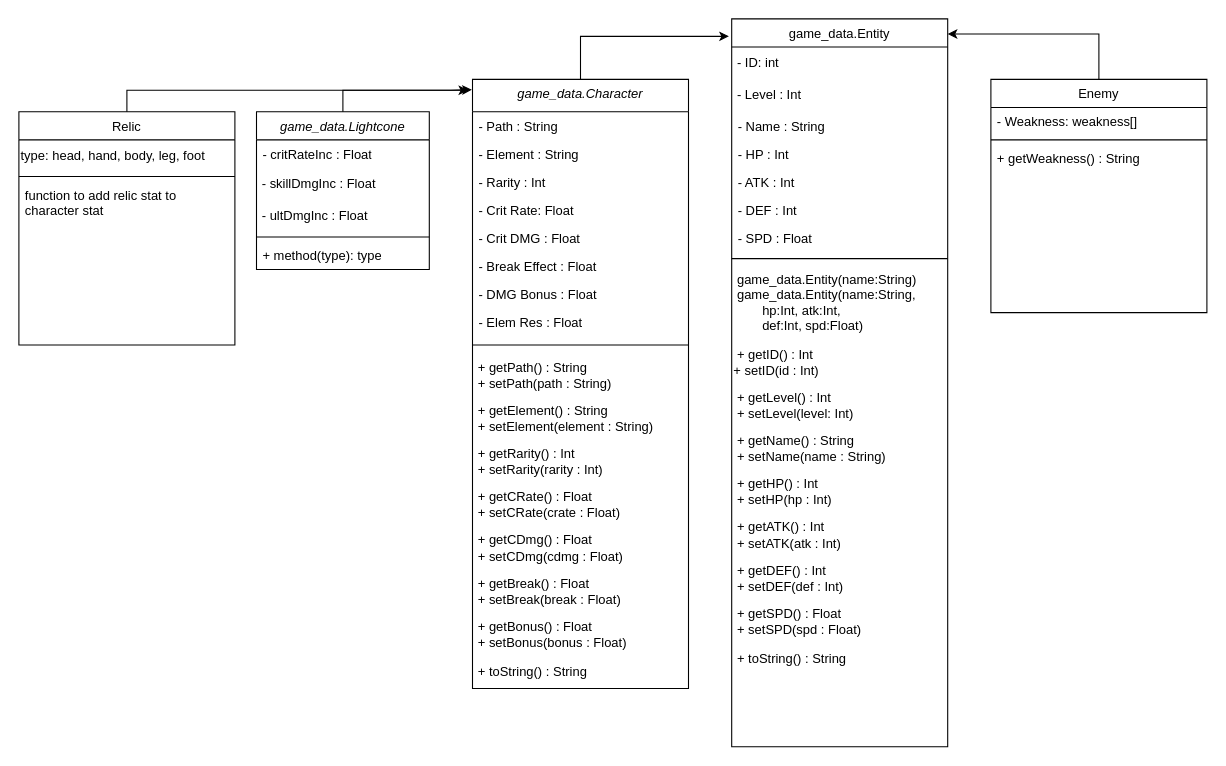
The draw.io diagram HSR UML.drawio in YourfriendTutu/HSR_Dmg_Calc, before the edit. Source tidied: cells renumbered, new cells numbered last; positions are measured from the earlier drawing's top-left corner, leaving out a move shared by most shapes. Both pictures are drawn from the tidied source at 108%, with x=0, y=0 at pixel (18, 18).
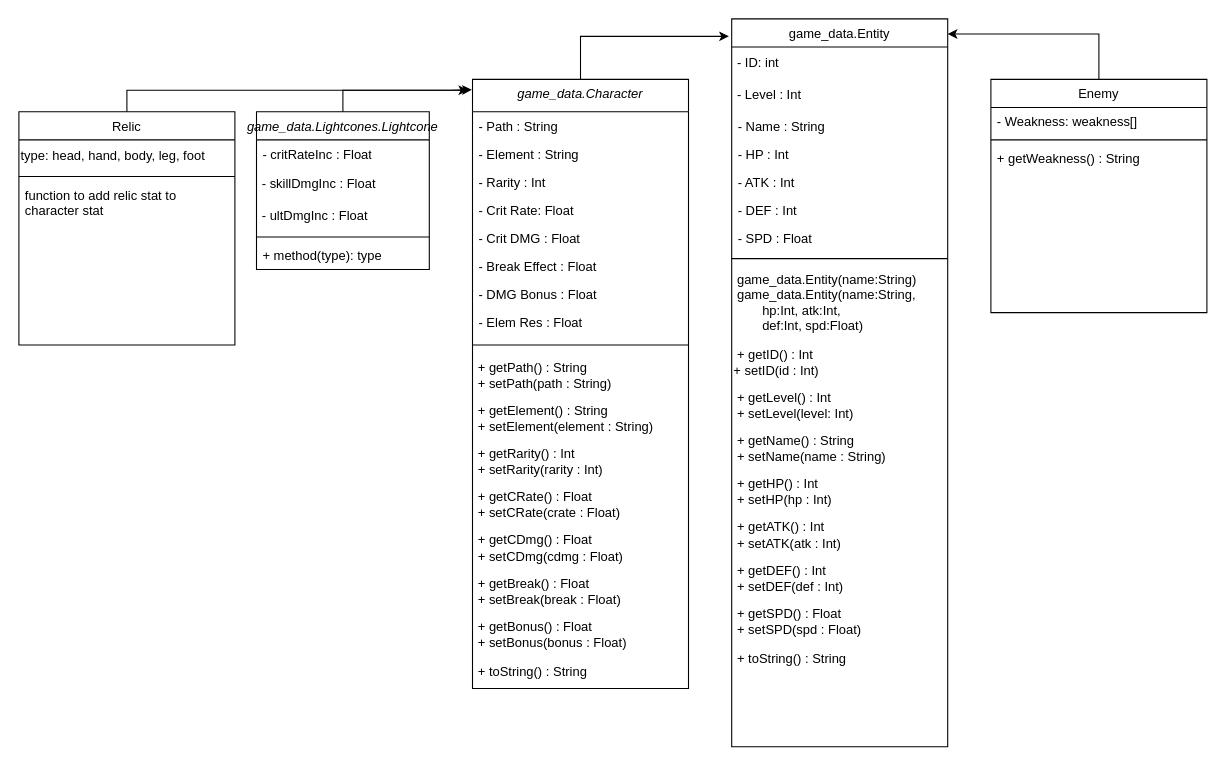
The same diagram, later.

Commit message (it also covers changes not shown here):
Derek H. 4/16/2025 -Create ElementalResistance Class -Created enemy_data database -Refactored files for organization

The edit, as a diff of the source:
```diff
@@
-    <mxCell id="46" value="&lt;span style=&quot;font-weight: normal;&quot;&gt;&lt;i&gt;game_data.Lightcone&lt;/i&gt;&lt;/span&gt;" style="swimlane;fontStyle=1;align=center;verticalAlign=top;horizontal=1;startSize=26;whiteSpace=wrap;html=1;" parent="1" vertex="1">
+    <mxCell id="46" value="&lt;span style=&quot;font-weight: normal;&quot;&gt;&lt;i&gt;game_data.Lightcones.Lightcone&lt;/i&gt;&lt;/span&gt;" style="swimlane;fontStyle=1;align=center;verticalAlign=top;horizontal=1;startSize=26;whiteSpace=wrap;html=1;" parent="1" vertex="1">
       <mxGeometry x="220" y="86" width="160" height="146" as="geometry" />
     </mxCell>
```
